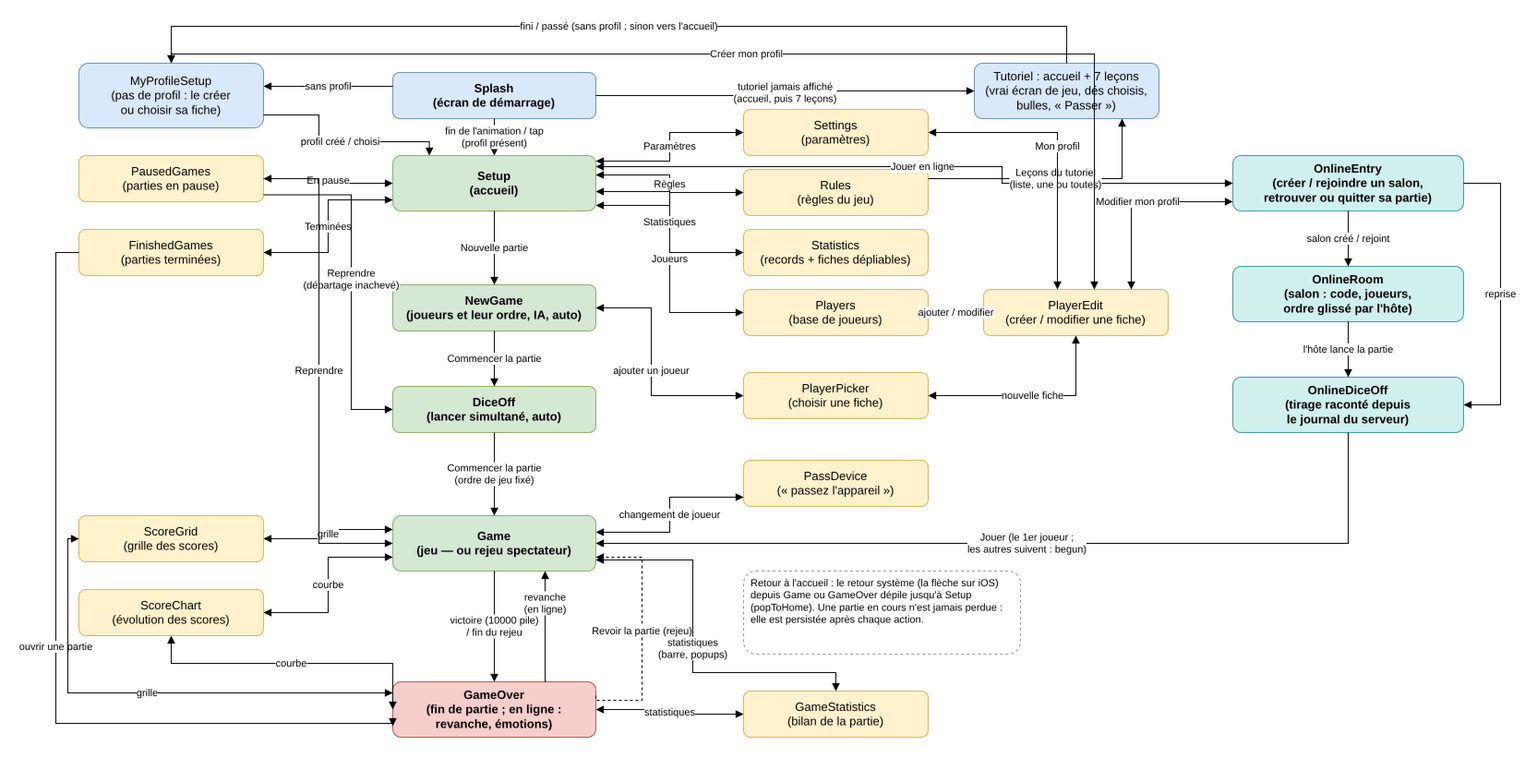
Above: docs/screen-flow.png in microscotch/tenk (draw.io), before the change. Source tidied: cells renumbered, new cells last; positions are measured from the earlier drawing's top-left corner, leaving out a move shared by most shapes.
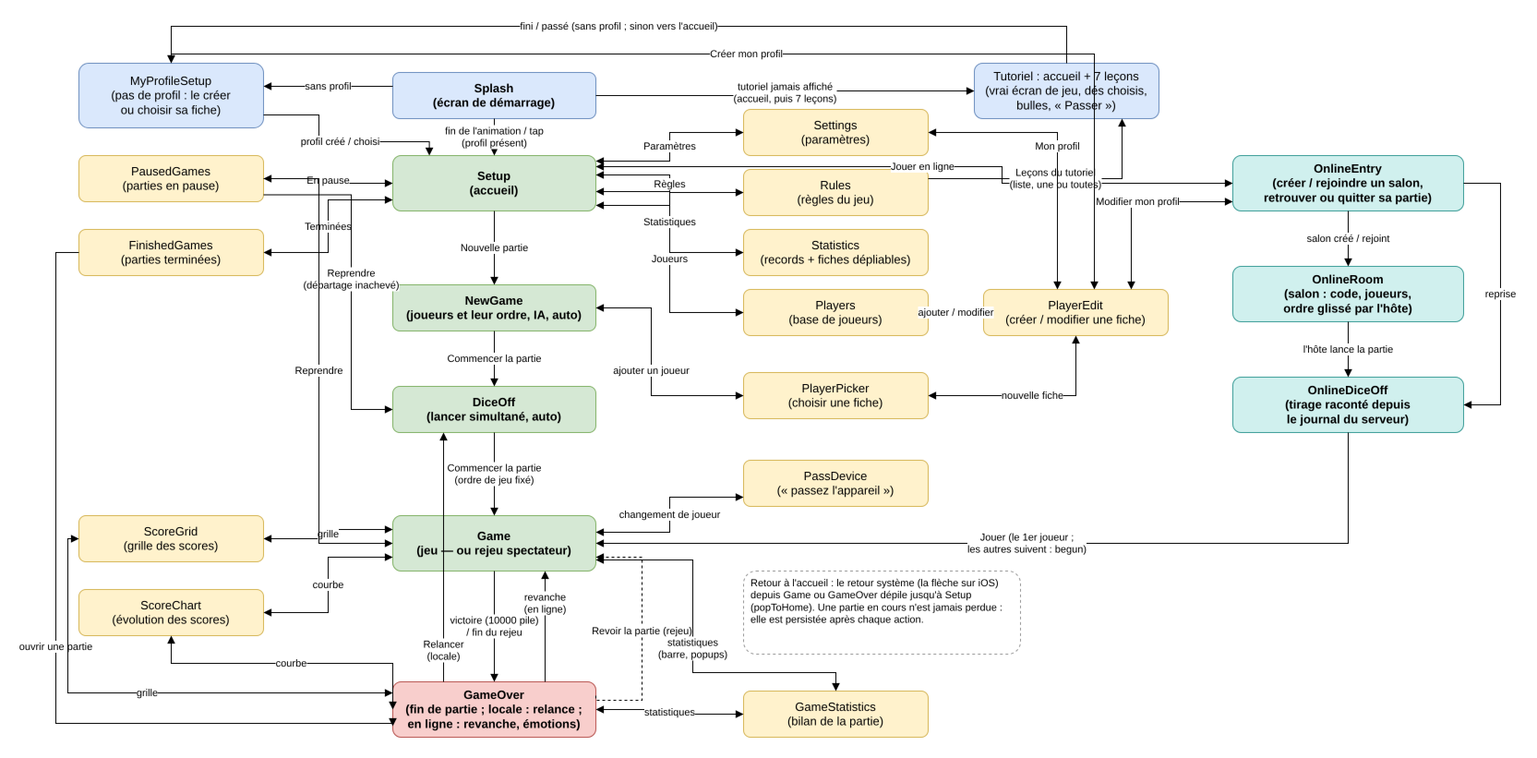
The same diagram one commit later.

Change to the diagram source:
```diff
@@ -50,7 +50,7 @@
     <mxCell id="17" value="ScoreChart&#10;(évolution des scores)" style="rounded=1;whiteSpace=wrap;html=1;fillColor=#fff2cc;strokeColor=#d6b656;fontSize=13;" parent="1" vertex="1">
       <mxGeometry x="25" y="610" width="200" height="50" as="geometry" />
     </mxCell>
-    <mxCell id="18" value="GameOver&#10;(fin de partie ; en ligne :&#10;revanche, émotions)" style="rounded=1;whiteSpace=wrap;html=1;fillColor=#f8cecc;strokeColor=#b85450;fontSize=13;fontStyle=1;" parent="1" vertex="1">
+    <mxCell id="18" value="GameOver&#10;(fin de partie ; locale : relance ;&#10;en ligne : revanche, émotions)" style="rounded=1;whiteSpace=wrap;html=1;fillColor=#f8cecc;strokeColor=#b85450;fontSize=13;fontStyle=1;" parent="1" vertex="1">
       <mxGeometry x="365" y="710" width="220" height="60" as="geometry" />
     </mxCell>
     <mxCell id="19" value="GameStatistics&#10;(bilan de la partie)" style="rounded=1;whiteSpace=wrap;html=1;fillColor=#fff2cc;strokeColor=#d6b656;fontSize=13;" parent="1" vertex="1">
@@ -166,6 +166,9 @@
     <mxCell id="44" value="statistiques" style="edgeStyle=orthogonalEdgeStyle;rounded=0;html=1;fontSize=11;startArrow=block;startFill=1;endArrow=block;endFill=1;exitX=1;exitY=0.5;entryX=0;entryY=0.5;" parent="1" edge="1" source="18" target="19">
       <mxGeometry relative="1" as="geometry" />
     </mxCell>
+    <mxCell id="65" value="Relancer&#10;(locale)" style="edgeStyle=orthogonalEdgeStyle;rounded=0;html=1;fontSize=11;endArrow=block;endFill=1;exitX=0.25;exitY=0;entryX=0.25;entryY=1;labelBackgroundColor=#ffffff;" parent="1" edge="1" source="18" target="13">
+      <mxGeometry x="-0.75" relative="1" as="geometry" />
+    </mxCell>
     <mxCell id="45" value="Revoir la partie (rejeu)" style="edgeStyle=orthogonalEdgeStyle;rounded=0;html=1;fontSize=11;endArrow=block;endFill=1;dashed=1;exitX=1;exitY=0.25;entryX=1;entryY=0.75;" parent="1" edge="1" source="18" target="15">
       <mxGeometry relative="1" as="geometry">
         <Array as="points">
```
